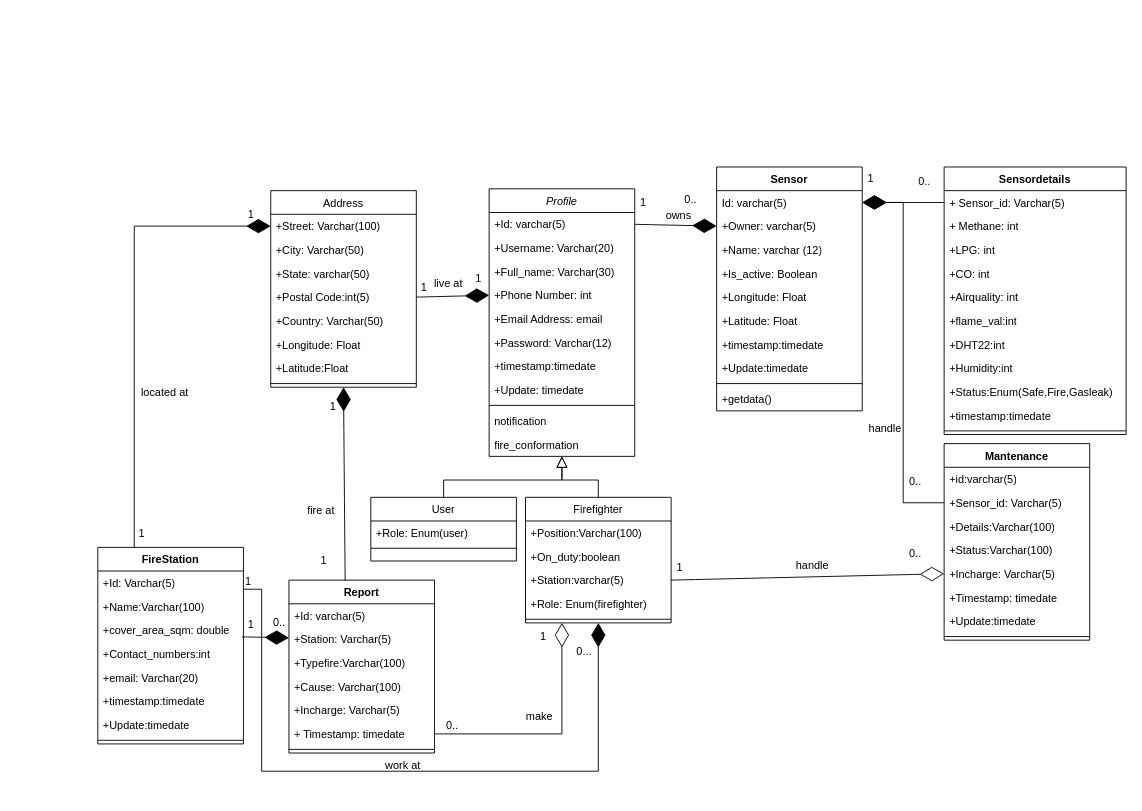
The draw.io diagram page "Class digram" (1 of 2) of doc/PSM.drawio in SNFASA/AI-Fire-Monitoring-System, before the edit. Source tidied: cells renumbered, new cells numbered last; positions are measured from the earlier drawing's top-left corner, leaving out a move shared by most shapes. Both pictures are drawn from the tidied source at 91%, with x=0, y=0 at pixel (15, 15).
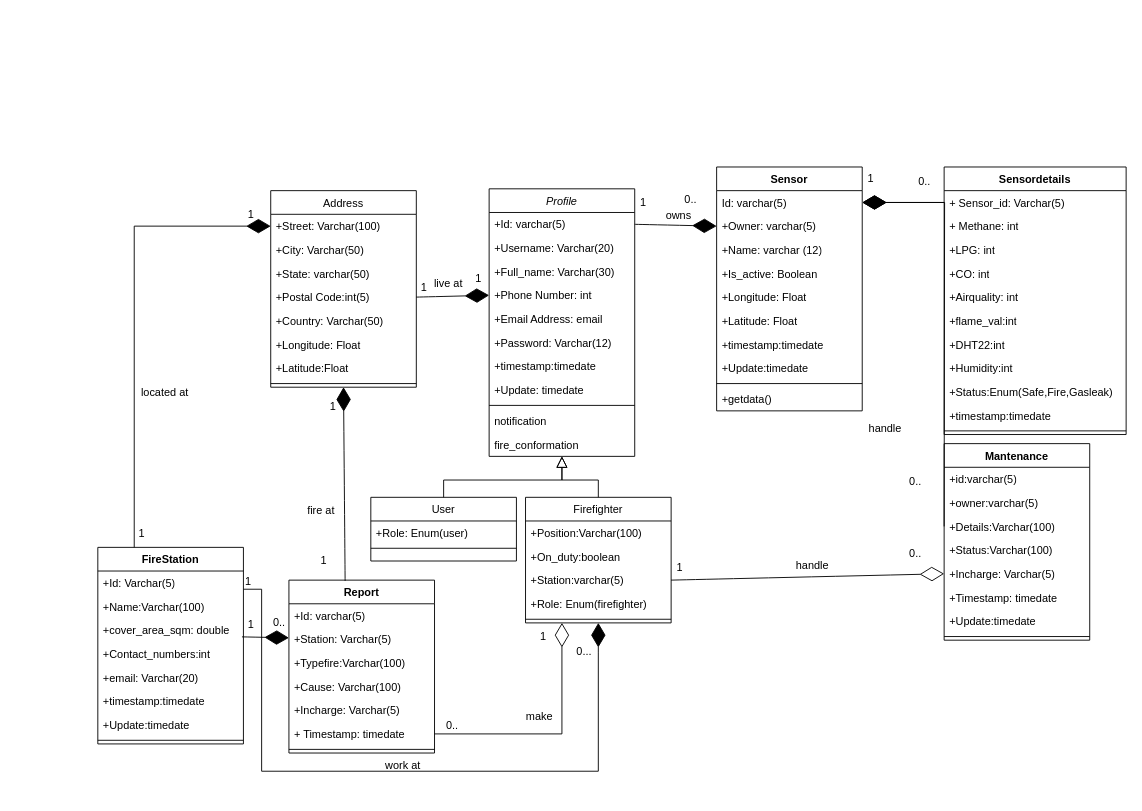
After the change.

The change refers to these unchanged cells:
```xml
<mxCell id="35" value="Id: varchar(5)" style="text;strokeColor=none;fillColor=none;align=left;verticalAlign=top;spacingLeft=4;spacingRight=4;overflow=hidden;points=[[0,0.5],[1,0.5]];portConstraint=eastwest;whiteSpace=wrap;html=1;" parent="34" vertex="1">
  <mxGeometry y="26" width="160" height="26" as="geometry" />
</mxCell>
<mxCell id="90" value="Mantenance" style="swimlane;fontStyle=1;align=center;verticalAlign=top;horizontal=1;startSize=26;whiteSpace=wrap;html=1;" parent="1" vertex="1">
  <mxGeometry x="1020" y="470" width="160" height="216" as="geometry" />
</mxCell>
```

The edit, as a diff of the source:
```diff
@@
-    <mxCell id="92" value="+Sensor_id: Varchar(5)" style="text;strokeColor=none;fillColor=none;align=left;verticalAlign=top;spacingLeft=4;spacingRight=4;overflow=hidden;points=[[0,0.5],[1,0.5]];portConstraint=eastwest;whiteSpace=wrap;html=1;" parent="90" vertex="1">
-      <mxGeometry y="52" width="160" height="26" as="geometry" />
-    </mxCell>
+    <mxCell id="120" value="+owner:varchar(5)" style="text;strokeColor=none;fillColor=none;align=left;verticalAlign=top;spacingLeft=4;spacingRight=4;overflow=hidden;whiteSpace=wrap;html=1;" parent="90" vertex="1">
+      <mxGeometry y="52" width="160" height="26" as="geometry" />
+    </mxCell>
@@
-    <mxCell id="116" style="endArrow=diamondThin;endFill=1;endSize=24;html=1;rounded=0;fontSize=12;entryX=1;entryY=0.5;entryDx=0;entryDy=0;exitX=0;exitY=0.5;exitDx=0;exitDy=0;edgeStyle=orthogonalEdgeStyle;" parent="1" edge="1" source="92" target="35">
-      <mxGeometry relative="1" as="geometry" />
+    <mxCell id="116" style="endArrow=diamondThin;endFill=1;endSize=24;html=1;rounded=0;fontSize=12;entryX=1;entryY=0.5;entryDx=0;entryDy=0;exitX=0;exitY=0.5;exitDx=0;exitDy=0;edgeStyle=orthogonalEdgeStyle;" parent="1" edge="1" target="35">
+      <mxGeometry relative="1" as="geometry">
+        <mxPoint x="1020" y="561" as="sourcePoint" />
+      </mxGeometry>
     </mxCell>
```
